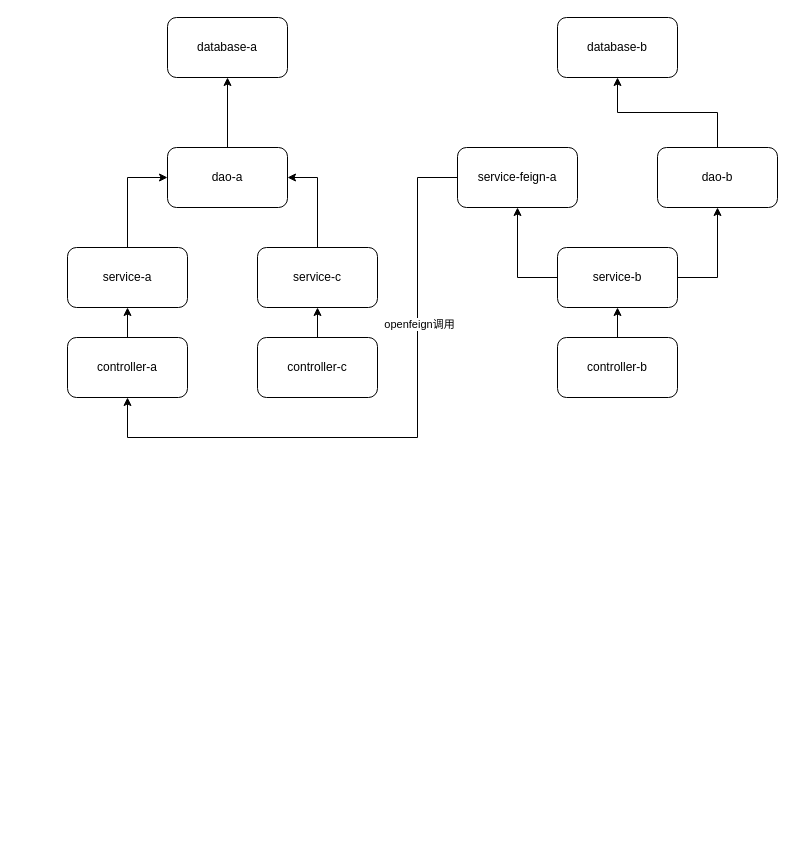
This is 模块分层设计.drawio from codeyunze/drawio, a draw.io file, before an edit. Source tidied: cells renumbered, new cells numbered last; positions are measured from the earlier drawing's top-left corner, leaving out a move shared by most shapes. Both pictures are drawn from the tidied source at 100%, with x=0, y=0 at pixel (67, 17).
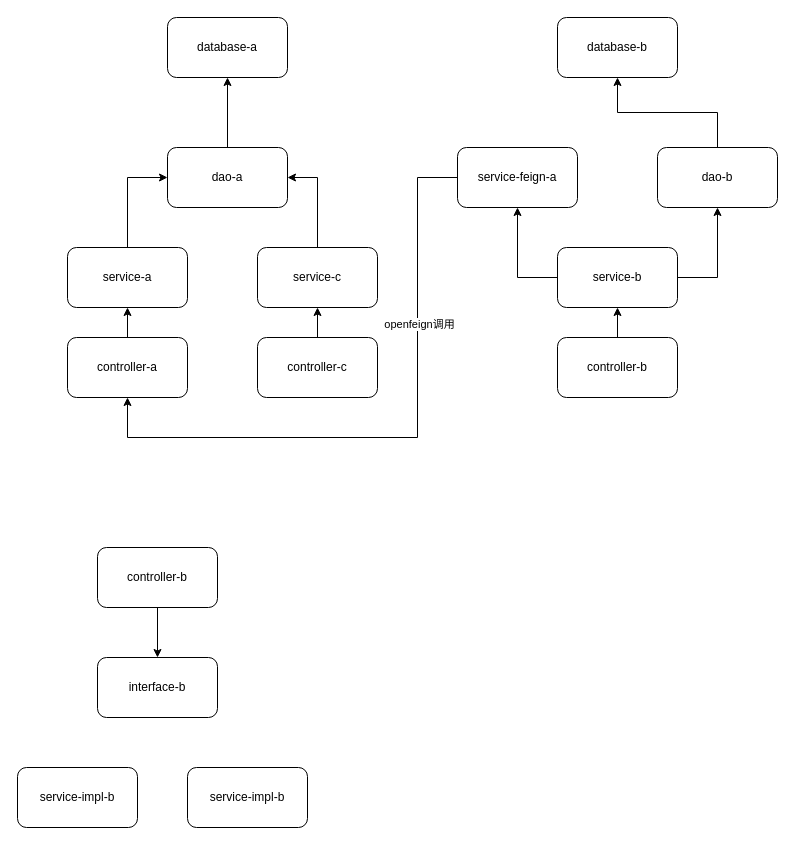
The same page after the edit.

Commit message:
更新模块分层设计.drawio

Diff of the diagram source:
```diff
@@
+    <mxCell id="24" style="edgeStyle=orthogonalEdgeStyle;rounded=0;jettySize=auto;html=1;exitX=0.5;exitY=1;exitDx=0;exitDy=0;entryX=0.5;entryY=0;entryDx=0;entryDy=0;" parent="1" edge="1" source="25" target="26">
+      <mxGeometry relative="1" as="geometry" />
+    </mxCell>
+    <mxCell id="25" value="&lt;span style=&quot;background-color: transparent; color: light-dark(rgb(0, 0, 0), rgb(255, 255, 255));&quot;&gt;controller-b&lt;/span&gt;" style="rounded=1;whiteSpace=wrap;html=1;" parent="1" vertex="1">
+      <mxGeometry x="30" y="530" width="120" height="60" as="geometry" />
+    </mxCell>
+    <mxCell id="26" value="&lt;span style=&quot;background-color: transparent; color: light-dark(rgb(0, 0, 0), rgb(255, 255, 255));&quot;&gt;interface-b&lt;/span&gt;" style="rounded=1;whiteSpace=wrap;html=1;" parent="1" vertex="1">
+      <mxGeometry x="30" y="640" width="120" height="60" as="geometry" />
+    </mxCell>
+    <mxCell id="27" value="&lt;span style=&quot;background-color: transparent; color: light-dark(rgb(0, 0, 0), rgb(255, 255, 255));&quot;&gt;service-impl-b&lt;/span&gt;" style="rounded=1;whiteSpace=wrap;html=1;" parent="1" vertex="1">
+      <mxGeometry x="-50" y="750" width="120" height="60" as="geometry" />
+    </mxCell>
+    <mxCell id="28" value="&lt;span style=&quot;background-color: transparent; color: light-dark(rgb(0, 0, 0), rgb(255, 255, 255));&quot;&gt;service-impl-b&lt;/span&gt;" style="rounded=1;whiteSpace=wrap;html=1;" parent="1" vertex="1">
+      <mxGeometry x="120" y="750" width="120" height="60" as="geometry" />
+    </mxCell>
```
